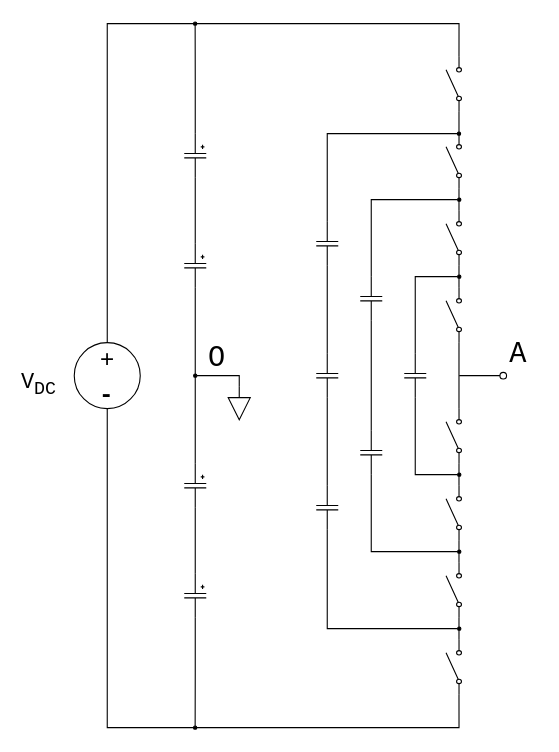
Above: FCMI.drawio in thece36/drawio (draw.io), before the change. Source tidied: cells renumbered, new cells numbered last; positions are measured from the earlier drawing's top-left corner, leaving out a move shared by most shapes. Both pictures are drawn from the tidied source at 110%, with x=0, y=0 at pixel (19, 23).
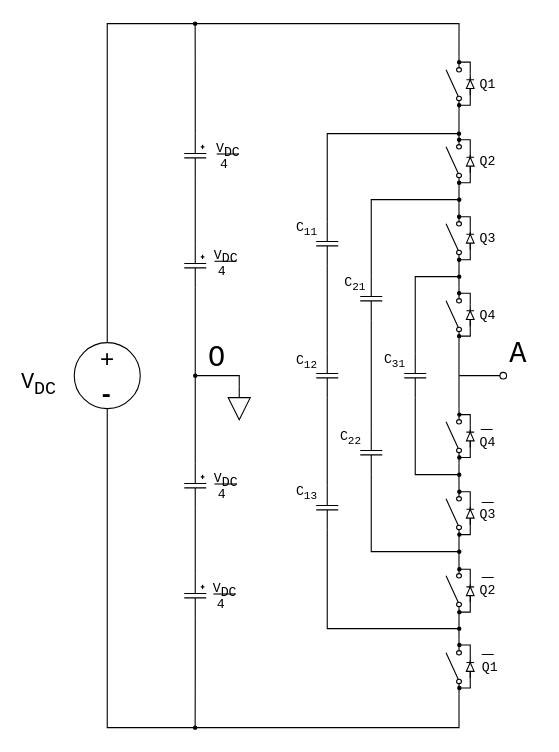
The same diagram, later.

The edit, as a diff of the source:
```diff
@@
+    <mxCell id="53" value="&lt;font face=&quot;Courier New&quot;&gt;Q1&lt;/font&gt;" style="text;html=1;align=left;verticalAlign=top;spacingTop=-4;" parent="1" vertex="1">
+      <mxGeometry x="417" y="45" width="25" height="20" as="geometry" />
+    </mxCell>
+    <mxCell id="54" value="&lt;font face=&quot;Courier New&quot;&gt;Q2&lt;/font&gt;" style="text;html=1;align=left;verticalAlign=top;spacingTop=-4;" parent="1" vertex="1">
+      <mxGeometry x="417" y="115" width="25" height="20" as="geometry" />
+    </mxCell>
+    <mxCell id="55" value="&lt;font face=&quot;Courier New&quot;&gt;Q3&lt;/font&gt;" style="text;html=1;align=left;verticalAlign=top;spacingTop=-4;" parent="1" vertex="1">
+      <mxGeometry x="417" y="185" width="25" height="20" as="geometry" />
+    </mxCell>
+    <mxCell id="56" value="&lt;font face=&quot;Courier New&quot;&gt;Q4&lt;/font&gt;" style="text;html=1;align=left;verticalAlign=top;spacingTop=-4;" parent="1" vertex="1">
+      <mxGeometry x="417" y="255" width="25" height="20" as="geometry" />
+    </mxCell>
+    <mxCell id="57" value="&lt;font face=&quot;Courier New&quot;&gt;Q1&lt;/font&gt;" style="text;html=1;align=left;verticalAlign=top;spacingTop=-4;" parent="1" vertex="1">
+      <mxGeometry x="419" y="575.1" width="25" height="20" as="geometry" />
+    </mxCell>
+    <mxCell id="58" value="&lt;font face=&quot;Courier New&quot;&gt;Q2&lt;/font&gt;" style="text;html=1;align=left;verticalAlign=top;spacingTop=-4;" parent="1" vertex="1">
+      <mxGeometry x="416.5" y="505.1" width="25" height="20" as="geometry" />
+    </mxCell>
+    <mxCell id="59" value="&lt;font face=&quot;Courier New&quot;&gt;Q3&lt;/font&gt;" style="text;html=1;align=left;verticalAlign=top;spacingTop=-4;" parent="1" vertex="1">
+      <mxGeometry x="417" y="436.1" width="25" height="20" as="geometry" />
+    </mxCell>
+    <mxCell id="60" value="&lt;font face=&quot;Courier New&quot;&gt;Q4&lt;/font&gt;" style="text;html=1;align=left;verticalAlign=top;spacingTop=-4;" parent="1" vertex="1">
+      <mxGeometry x="417" y="370.1" width="25" height="20" as="geometry" />
+    </mxCell>
+    <mxCell id="61" value="&lt;font style=&quot;font-size: 18px;&quot; face=&quot;Courier New&quot;&gt;_&lt;/font&gt;" style="text;html=1;align=left;verticalAlign=top;spacingTop=-4;fontSize=18;" parent="1" vertex="1">
+      <mxGeometry x="419" y="415" width="20" height="20" as="geometry" />
+    </mxCell>
+    <mxCell id="62" value="&lt;font style=&quot;font-size: 18px;&quot; face=&quot;Courier New&quot;&gt;_&lt;/font&gt;" style="text;html=1;align=left;verticalAlign=top;spacingTop=-4;fontSize=18;" parent="1" vertex="1">
+      <mxGeometry x="419" y="484" width="20" height="20" as="geometry" />
+    </mxCell>
+    <mxCell id="63" value="&lt;font style=&quot;font-size: 18px;&quot; face=&quot;Courier New&quot;&gt;_&lt;/font&gt;" style="text;html=1;align=left;verticalAlign=top;spacingTop=-4;fontSize=18;" parent="1" vertex="1">
+      <mxGeometry x="419" y="554" width="20" height="20" as="geometry" />
+    </mxCell>
+    <mxCell id="64" value="&lt;font style=&quot;font-size: 18px;&quot; face=&quot;Courier New&quot;&gt;_&lt;/font&gt;" style="text;html=1;align=left;verticalAlign=top;spacingTop=-4;fontSize=18;" parent="1" vertex="1">
+      <mxGeometry x="418" y="349" width="20" height="20" as="geometry" />
+    </mxCell>
+    <mxCell id="65" style="group;" parent="1" vertex="1">
+      <mxGeometry x="152" y="102.5" width="50" height="35" as="geometry" />
+    </mxCell>
+    <mxCell id="66" style="endArrow=none;html=1;fontSize=16;" parent="65" edge="1">
+      <mxGeometry relative="1" as="geometry">
+        <mxPoint x="27.5" y="16" as="sourcePoint" />
+        <mxPoint x="47.5" y="16" as="targetPoint" />
+      </mxGeometry>
+    </mxCell>
+    <mxCell id="67" value="&lt;font style=&quot;font-size: 12px;&quot; face=&quot;Courier New&quot;&gt;V&lt;sub style=&quot;font-size: 12px;&quot;&gt;DC&lt;/sub&gt;&lt;/font&gt;" style="text;html=1;align=right;verticalAlign=top;spacingTop=-4;fontSize=12;" parent="65" vertex="1">
+      <mxGeometry width="50" height="30" as="geometry" />
+    </mxCell>
+    <mxCell id="68" value="&lt;font face=&quot;Courier New&quot;&gt;4&lt;/font&gt;" style="text;html=1;align=left;verticalAlign=top;spacingTop=-4;fontSize=12;" parent="65" vertex="1">
+      <mxGeometry x="29" y="15" width="20" height="20" as="geometry" />
+    </mxCell>
+    <mxCell id="69" style="group;" parent="1" vertex="1">
+      <mxGeometry x="150" y="200" width="50" height="35" as="geometry" />
+    </mxCell>
+    <mxCell id="70" style="endArrow=none;html=1;fontSize=16;" parent="69" edge="1">
+      <mxGeometry relative="1" as="geometry">
+        <mxPoint x="27.5" y="16" as="sourcePoint" />
+        <mxPoint x="47.5" y="16" as="targetPoint" />
+      </mxGeometry>
+    </mxCell>
+    <mxCell id="71" value="&lt;font style=&quot;font-size: 12px;&quot; face=&quot;Courier New&quot;&gt;V&lt;sub style=&quot;font-size: 12px;&quot;&gt;DC&lt;/sub&gt;&lt;/font&gt;" style="text;html=1;align=right;verticalAlign=top;spacingTop=-4;fontSize=12;" parent="69" vertex="1">
+      <mxGeometry width="50" height="30" as="geometry" />
+    </mxCell>
+    <mxCell id="72" value="&lt;font face=&quot;Courier New&quot;&gt;4&lt;/font&gt;" style="text;html=1;align=left;verticalAlign=top;spacingTop=-4;fontSize=12;" parent="69" vertex="1">
+      <mxGeometry x="29" y="15" width="20" height="20" as="geometry" />
+    </mxCell>
+    <mxCell id="73" style="group;" parent="1" vertex="1">
+      <mxGeometry x="150" y="402.5" width="50" height="35" as="geometry" />
+    </mxCell>
+    <mxCell id="74" style="endArrow=none;html=1;fontSize=16;" parent="73" edge="1">
+      <mxGeometry relative="1" as="geometry">
+        <mxPoint x="27.5" y="16" as="sourcePoint" />
+        <mxPoint x="47.5" y="16" as="targetPoint" />
+      </mxGeometry>
+    </mxCell>
+    <mxCell id="75" value="&lt;font style=&quot;font-size: 12px;&quot; face=&quot;Courier New&quot;&gt;V&lt;sub style=&quot;font-size: 12px;&quot;&gt;DC&lt;/sub&gt;&lt;/font&gt;" style="text;html=1;align=right;verticalAlign=top;spacingTop=-4;fontSize=12;" parent="73" vertex="1">
+      <mxGeometry width="50" height="30" as="geometry" />
+    </mxCell>
+    <mxCell id="76" value="&lt;font face=&quot;Courier New&quot;&gt;4&lt;/font&gt;" style="text;html=1;align=left;verticalAlign=top;spacingTop=-4;fontSize=12;" parent="73" vertex="1">
+      <mxGeometry x="29" y="15" width="20" height="20" as="geometry" />
+    </mxCell>
+    <mxCell id="77" style="group;" parent="1" vertex="1">
+      <mxGeometry x="149" y="502.5" width="50" height="35" as="geometry" />
+    </mxCell>
+    <mxCell id="78" style="endArrow=none;html=1;fontSize=16;" parent="77" edge="1">
+      <mxGeometry relative="1" as="geometry">
+        <mxPoint x="27.5" y="16" as="sourcePoint" />
+        <mxPoint x="47.5" y="16" as="targetPoint" />
+      </mxGeometry>
+    </mxCell>
+    <mxCell id="79" value="&lt;font style=&quot;font-size: 12px;&quot; face=&quot;Courier New&quot;&gt;V&lt;sub style=&quot;font-size: 12px;&quot;&gt;DC&lt;/sub&gt;&lt;/font&gt;" style="text;html=1;align=right;verticalAlign=top;spacingTop=-4;fontSize=12;" parent="77" vertex="1">
+      <mxGeometry width="50" height="30" as="geometry" />
+    </mxCell>
+    <mxCell id="80" value="&lt;font face=&quot;Courier New&quot;&gt;4&lt;/font&gt;" style="text;html=1;align=left;verticalAlign=top;spacingTop=-4;fontSize=12;" parent="77" vertex="1">
+      <mxGeometry x="29" y="15" width="20" height="20" as="geometry" />
+    </mxCell>
+    <mxCell id="81" value="&lt;font face=&quot;Courier New&quot;&gt;C&lt;sub&gt;11&lt;/sub&gt;&lt;/font&gt;" style="text;html=1;align=left;verticalAlign=top;spacingTop=-4;" parent="1" vertex="1">
+      <mxGeometry x="250" y="175" width="30" height="20" as="geometry" />
+    </mxCell>
+    <mxCell id="82" value="&lt;font face=&quot;Courier New&quot;&gt;C&lt;sub&gt;12&lt;/sub&gt;&lt;/font&gt;" style="text;html=1;align=left;verticalAlign=top;spacingTop=-4;" parent="1" vertex="1">
+      <mxGeometry x="250" y="296" width="30" height="20" as="geometry" />
+    </mxCell>
+    <mxCell id="83" value="&lt;font face=&quot;Courier New&quot;&gt;C&lt;sub&gt;13&lt;/sub&gt;&lt;/font&gt;" style="text;html=1;align=left;verticalAlign=top;spacingTop=-4;" parent="1" vertex="1">
+      <mxGeometry x="250" y="415" width="30" height="20" as="geometry" />
+    </mxCell>
+    <mxCell id="84" value="&lt;font face=&quot;Courier New&quot;&gt;C&lt;sub&gt;21&lt;/sub&gt;&lt;/font&gt;" style="text;html=1;align=left;verticalAlign=top;spacingTop=-4;" parent="1" vertex="1">
+      <mxGeometry x="293.5" y="225" width="30" height="20" as="geometry" />
+    </mxCell>
+    <mxCell id="85" value="&lt;font face=&quot;Courier New&quot;&gt;C&lt;sub&gt;22&lt;/sub&gt;&lt;/font&gt;" style="text;html=1;align=left;verticalAlign=top;spacingTop=-4;" parent="1" vertex="1">
+      <mxGeometry x="290" y="365" width="30" height="20" as="geometry" />
+    </mxCell>
+    <mxCell id="86" value="&lt;font face=&quot;Courier New&quot;&gt;C&lt;sub&gt;31&lt;/sub&gt;&lt;/font&gt;" style="text;html=1;align=left;verticalAlign=top;spacingTop=-4;" parent="1" vertex="1">
+      <mxGeometry x="330" y="295" width="30" height="20" as="geometry" />
+    </mxCell>
+    <mxCell id="87" style="edgeStyle=orthogonalEdgeStyle;rounded=0;jettySize=auto;html=1;exitX=1;exitY=0.5;exitDx=0;exitDy=0;exitPerimeter=0;startSize=5;endArrow=oval;endFill=1;endSize=3;" parent="1" edge="1" source="89">
+      <mxGeometry relative="1" as="geometry">
+        <mxPoint x="399.9" y="35" as="targetPoint" />
+        <Array as="points">
+          <mxPoint x="410" y="35" />
+        </Array>
+      </mxGeometry>
+    </mxCell>
+    <mxCell id="88" style="edgeStyle=orthogonalEdgeStyle;rounded=0;orthogonalLoop=1;jettySize=auto;html=1;exitX=0;exitY=0.5;exitDx=0;exitDy=0;exitPerimeter=0;startSize=5;endArrow=oval;endFill=1;endSize=3;" parent="1" edge="1">
+      <mxGeometry relative="1" as="geometry">
+        <mxPoint x="410" y="49" as="sourcePoint" />
+        <mxPoint x="399.9" y="74.2" as="targetPoint" />
+        <Array as="points">
+          <mxPoint x="410" y="74" />
+        </Array>
+      </mxGeometry>
+    </mxCell>
+    <mxCell id="89" style="fillColor=#000000;verticalLabelPosition=bottom;shadow=0;dashed=0;align=center;fillColor=#ffffff;html=1;verticalAlign=top;strokeWidth=1;shape=mxgraph.electrical.diodes.diode;direction=north;" parent="1" vertex="1">
+      <mxGeometry x="406.5" y="45" width="7" height="20" as="geometry" />
+    </mxCell>
+    <mxCell id="90" style="edgeStyle=orthogonalEdgeStyle;rounded=0;jettySize=auto;html=1;exitX=1;exitY=0.5;exitDx=0;exitDy=0;exitPerimeter=0;startSize=5;endArrow=oval;endFill=1;endSize=3;" parent="1" edge="1" source="92">
+      <mxGeometry relative="1" as="geometry">
+        <mxPoint x="399.9" y="105.5" as="targetPoint" />
+        <Array as="points">
+          <mxPoint x="410" y="105.5" />
+        </Array>
+      </mxGeometry>
+    </mxCell>
+    <mxCell id="91" style="edgeStyle=orthogonalEdgeStyle;rounded=0;orthogonalLoop=1;jettySize=auto;html=1;exitX=0;exitY=0.5;exitDx=0;exitDy=0;exitPerimeter=0;startSize=5;endArrow=oval;endFill=1;endSize=3;" parent="1" edge="1">
+      <mxGeometry relative="1" as="geometry">
+        <mxPoint x="410" y="119.5" as="sourcePoint" />
+        <mxPoint x="399.9" y="144.7" as="targetPoint" />
+        <Array as="points">
+          <mxPoint x="410" y="144.5" />
+        </Array>
+      </mxGeometry>
+    </mxCell>
+    <mxCell id="92" style="fillColor=#000000;verticalLabelPosition=bottom;shadow=0;dashed=0;align=center;fillColor=#ffffff;html=1;verticalAlign=top;strokeWidth=1;shape=mxgraph.electrical.diodes.diode;direction=north;" parent="1" vertex="1">
+      <mxGeometry x="406.5" y="115.5" width="7" height="20" as="geometry" />
+    </mxCell>
+    <mxCell id="93" style="edgeStyle=orthogonalEdgeStyle;rounded=0;jettySize=auto;html=1;exitX=1;exitY=0.5;exitDx=0;exitDy=0;exitPerimeter=0;startSize=5;endArrow=oval;endFill=1;endSize=3;" parent="1" edge="1" source="95">
+      <mxGeometry relative="1" as="geometry">
+        <mxPoint x="399.9" y="175.6" as="targetPoint" />
+        <Array as="points">
+          <mxPoint x="410" y="175.5" />
+        </Array>
+      </mxGeometry>
+    </mxCell>
+    <mxCell id="94" style="edgeStyle=orthogonalEdgeStyle;rounded=0;orthogonalLoop=1;jettySize=auto;html=1;exitX=0;exitY=0.5;exitDx=0;exitDy=0;exitPerimeter=0;startSize=5;endArrow=oval;endFill=1;endSize=3;" parent="1" edge="1">
+      <mxGeometry relative="1" as="geometry">
+        <mxPoint x="410" y="189.6" as="sourcePoint" />
+        <mxPoint x="399.9" y="214.6" as="targetPoint" />
+        <Array as="points">
+          <mxPoint x="410" y="214.5" />
+        </Array>
+      </mxGeometry>
+    </mxCell>
+    <mxCell id="95" style="fillColor=#000000;verticalLabelPosition=bottom;shadow=0;dashed=0;align=center;fillColor=#ffffff;html=1;verticalAlign=top;strokeWidth=1;shape=mxgraph.electrical.diodes.diode;direction=north;" parent="1" vertex="1">
+      <mxGeometry x="406.5" y="185.5" width="7" height="20" as="geometry" />
+    </mxCell>
+    <mxCell id="96" style="edgeStyle=orthogonalEdgeStyle;rounded=0;jettySize=auto;html=1;exitX=1;exitY=0.5;exitDx=0;exitDy=0;exitPerimeter=0;startSize=5;endArrow=oval;endFill=1;endSize=3;" parent="1" edge="1" source="98">
+      <mxGeometry relative="1" as="geometry">
+        <mxPoint x="399.9" y="245.1" as="targetPoint" />
+        <Array as="points">
+          <mxPoint x="410" y="245" />
+        </Array>
+      </mxGeometry>
+    </mxCell>
+    <mxCell id="97" style="edgeStyle=orthogonalEdgeStyle;rounded=0;orthogonalLoop=1;jettySize=auto;html=1;exitX=0;exitY=0.5;exitDx=0;exitDy=0;exitPerimeter=0;startSize=5;endArrow=oval;endFill=1;endSize=3;" parent="1" edge="1">
+      <mxGeometry relative="1" as="geometry">
+        <mxPoint x="410" y="259.1" as="sourcePoint" />
+        <mxPoint x="399.9" y="284.1" as="targetPoint" />
+        <Array as="points">
+          <mxPoint x="410" y="284" />
+        </Array>
+      </mxGeometry>
+    </mxCell>
+    <mxCell id="98" style="fillColor=#000000;verticalLabelPosition=bottom;shadow=0;dashed=0;align=center;fillColor=#ffffff;html=1;verticalAlign=top;strokeWidth=1;shape=mxgraph.electrical.diodes.diode;direction=north;" parent="1" vertex="1">
+      <mxGeometry x="406.5" y="255" width="7" height="20" as="geometry" />
+    </mxCell>
+    <mxCell id="99" style="edgeStyle=orthogonalEdgeStyle;rounded=0;jettySize=auto;html=1;exitX=1;exitY=0.5;exitDx=0;exitDy=0;exitPerimeter=0;startSize=5;endArrow=oval;endFill=1;endSize=3;" parent="1" edge="1" source="101">
+      <mxGeometry relative="1" as="geometry">
+        <mxPoint x="400.1" y="355.4" as="targetPoint" />
+        <Array as="points">
+          <mxPoint x="410" y="355.3" />
+        </Array>
+      </mxGeometry>
+    </mxCell>
+    <mxCell id="100" style="edgeStyle=orthogonalEdgeStyle;rounded=0;orthogonalLoop=1;jettySize=auto;html=1;exitX=0;exitY=0.5;exitDx=0;exitDy=0;exitPerimeter=0;startSize=5;endArrow=oval;endFill=1;endSize=3;" parent="1" edge="1">
+      <mxGeometry relative="1" as="geometry">
+        <mxPoint x="410" y="369.4" as="sourcePoint" />
+        <mxPoint x="400.1" y="394.4" as="targetPoint" />
+        <Array as="points">
+          <mxPoint x="410" y="394.3" />
+        </Array>
+      </mxGeometry>
+    </mxCell>
+    <mxCell id="101" style="fillColor=#000000;verticalLabelPosition=bottom;shadow=0;dashed=0;align=center;fillColor=#ffffff;html=1;verticalAlign=top;strokeWidth=1;shape=mxgraph.electrical.diodes.diode;direction=north;" parent="1" vertex="1">
+      <mxGeometry x="406.5" y="365.3" width="7" height="20" as="geometry" />
+    </mxCell>
+    <mxCell id="102" style="edgeStyle=orthogonalEdgeStyle;rounded=0;jettySize=auto;html=1;exitX=1;exitY=0.5;exitDx=0;exitDy=0;exitPerimeter=0;startSize=5;endArrow=oval;endFill=1;endSize=3;" parent="1" edge="1" source="104">
+      <mxGeometry relative="1" as="geometry">
+        <mxPoint x="400.1" y="564.9" as="targetPoint" />
+        <Array as="points">
+          <mxPoint x="410" y="564.8" />
+        </Array>
+      </mxGeometry>
+    </mxCell>
+    <mxCell id="103" style="edgeStyle=orthogonalEdgeStyle;rounded=0;orthogonalLoop=1;jettySize=auto;html=1;exitX=0;exitY=0.5;exitDx=0;exitDy=0;exitPerimeter=0;startSize=5;endArrow=oval;endFill=1;endSize=3;" parent="1" edge="1">
+      <mxGeometry relative="1" as="geometry">
+        <mxPoint x="410" y="578.9" as="sourcePoint" />
+        <mxPoint x="400.1" y="603.9" as="targetPoint" />
+        <Array as="points">
+          <mxPoint x="410" y="603.8" />
+        </Array>
+      </mxGeometry>
+    </mxCell>
+    <mxCell id="104" style="fillColor=#000000;verticalLabelPosition=bottom;shadow=0;dashed=0;align=center;fillColor=#ffffff;html=1;verticalAlign=top;strokeWidth=1;shape=mxgraph.electrical.diodes.diode;direction=north;" parent="1" vertex="1">
+      <mxGeometry x="406.5" y="574.8" width="7" height="20" as="geometry" />
+    </mxCell>
+    <mxCell id="105" style="edgeStyle=orthogonalEdgeStyle;rounded=0;jettySize=auto;html=1;exitX=1;exitY=0.5;exitDx=0;exitDy=0;exitPerimeter=0;startSize=5;endArrow=oval;endFill=1;endSize=3;" parent="1" edge="1" source="107">
+      <mxGeometry relative="1" as="geometry">
+        <mxPoint x="400.1" y="496" as="targetPoint" />
+        <Array as="points">
+          <mxPoint x="410" y="496" />
+        </Array>
+      </mxGeometry>
+    </mxCell>
+    <mxCell id="106" style="edgeStyle=orthogonalEdgeStyle;rounded=0;orthogonalLoop=1;jettySize=auto;html=1;exitX=0;exitY=0.5;exitDx=0;exitDy=0;exitPerimeter=0;startSize=5;endArrow=oval;endFill=1;endSize=3;" parent="1" edge="1">
+      <mxGeometry relative="1" as="geometry">
+        <mxPoint x="410" y="509.9" as="sourcePoint" />
+        <mxPoint x="400.1" y="535" as="targetPoint" />
+        <Array as="points">
+          <mxPoint x="410" y="535" />
+        </Array>
+      </mxGeometry>
+    </mxCell>
+    <mxCell id="107" style="fillColor=#000000;verticalLabelPosition=bottom;shadow=0;dashed=0;align=center;fillColor=#ffffff;html=1;verticalAlign=top;strokeWidth=1;shape=mxgraph.electrical.diodes.diode;direction=north;" parent="1" vertex="1">
+      <mxGeometry x="406.5" y="506" width="7" height="20" as="geometry" />
+    </mxCell>
+    <mxCell id="108" style="edgeStyle=orthogonalEdgeStyle;rounded=0;jettySize=auto;html=1;exitX=1;exitY=0.5;exitDx=0;exitDy=0;exitPerimeter=0;startSize=5;endArrow=oval;endFill=1;endSize=3;" parent="1" edge="1" source="110">
+      <mxGeometry relative="1" as="geometry">
+        <mxPoint x="400.1" y="425.5" as="targetPoint" />
+        <Array as="points">
+          <mxPoint x="410" y="425.5" />
+        </Array>
+      </mxGeometry>
+    </mxCell>
+    <mxCell id="109" style="edgeStyle=orthogonalEdgeStyle;rounded=0;orthogonalLoop=1;jettySize=auto;html=1;exitX=0;exitY=0.5;exitDx=0;exitDy=0;exitPerimeter=0;startSize=5;endArrow=oval;endFill=1;endSize=3;" parent="1" edge="1">
+      <mxGeometry relative="1" as="geometry">
+        <mxPoint x="410" y="439.5" as="sourcePoint" />
+        <mxPoint x="400.1" y="464.5" as="targetPoint" />
+        <Array as="points">
+          <mxPoint x="410" y="464.5" />
+        </Array>
+      </mxGeometry>
+    </mxCell>
+    <mxCell id="110" style="fillColor=#000000;verticalLabelPosition=bottom;shadow=0;dashed=0;align=center;fillColor=#ffffff;html=1;verticalAlign=top;strokeWidth=1;shape=mxgraph.electrical.diodes.diode;direction=north;" parent="1" vertex="1">
+      <mxGeometry x="406.5" y="435.5" width="7" height="20" as="geometry" />
+    </mxCell>
```
